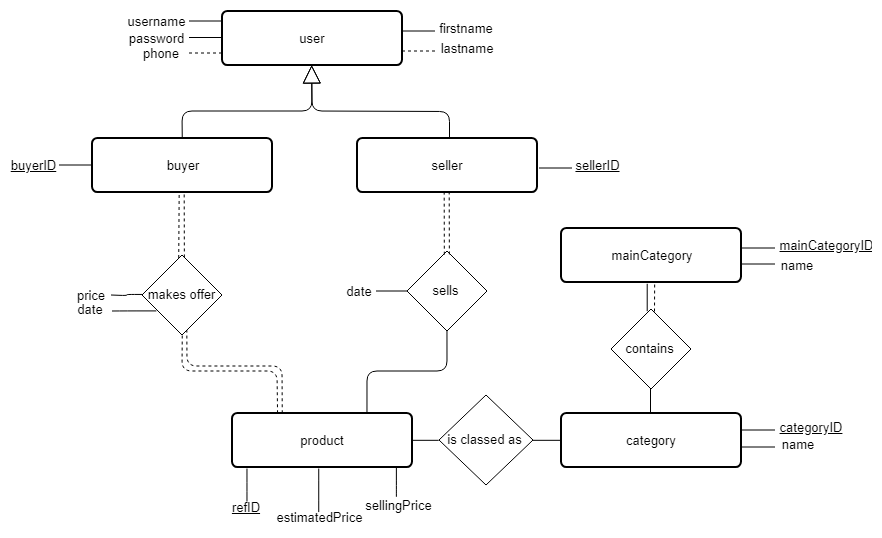
Before: modeleEA/modeleEA.png, a diagram exported from draw.io (JonathanCaspar/Database-Project). Source tidied: cells renumbered, new cells last; positions are measured from the earlier drawing's top-left corner, leaving out a move shared by most shapes. Source of this version:
```xml
<mxGraphModel>
  <root>
    <mxCell id="0" />
    <mxCell id="1" parent="0" />
    <mxCell id="2" value="buyer" style="strokeWidth=2;rounded=1;arcSize=10;whiteSpace=wrap;html=1;align=center;fontSize=13;" parent="1" vertex="1">
      <mxGeometry x="79.5" y="127.5" width="180" height="54" as="geometry" />
    </mxCell>
    <mxCell id="3" value="seller" style="strokeWidth=2;rounded=1;arcSize=10;whiteSpace=wrap;html=1;align=center;fontSize=13;" parent="1" vertex="1">
      <mxGeometry x="344.5" y="127.5" width="180" height="54" as="geometry" />
    </mxCell>
    <mxCell id="4" value="product&lt;br style=&quot;font-size: 13px;&quot;&gt;" style="strokeWidth=2;rounded=1;arcSize=10;whiteSpace=wrap;html=1;align=center;fontSize=13;" parent="1" vertex="1">
      <mxGeometry x="219.5" y="402.5" width="180" height="54" as="geometry" />
    </mxCell>
    <mxCell id="5" value="category&lt;br style=&quot;font-size: 13px;&quot;&gt;" style="strokeWidth=2;rounded=1;arcSize=10;whiteSpace=wrap;html=1;align=center;fontSize=13;" parent="1" vertex="1">
      <mxGeometry x="548.5" y="402.5" width="180" height="54" as="geometry" />
    </mxCell>
    <mxCell id="6" value="mainCategory&lt;br style=&quot;font-size: 13px;&quot;&gt;" style="strokeWidth=2;rounded=1;arcSize=10;whiteSpace=wrap;html=1;align=center;fontSize=13;" parent="1" vertex="1">
      <mxGeometry x="548.5" y="217.5" width="180" height="54" as="geometry" />
    </mxCell>
    <mxCell id="7" value="user" style="strokeWidth=2;rounded=1;arcSize=10;whiteSpace=wrap;html=1;align=center;fontSize=13;" parent="1" vertex="1">
      <mxGeometry x="209.5" y="0.5" width="180" height="54" as="geometry" />
    </mxCell>
    <mxCell id="8" value="Extends" style="endArrow=block;endSize=16;endFill=0;fontSize=13;fontColor=none;noLabel=1;entryX=0.5;entryY=1;entryDx=0;entryDy=0;exitX=0.5;exitY=0;exitDx=0;exitDy=0;" parent="1" edge="1" source="2" target="7">
      <mxGeometry relative="1" as="geometry">
        <Array as="points">
          <mxPoint x="169.5" y="100.5" />
          <mxPoint x="299.5" y="100.5" />
        </Array>
      </mxGeometry>
    </mxCell>
    <mxCell id="9" value="Extends" style="endArrow=block;endSize=16;endFill=0;fontSize=13;fontColor=none;noLabel=1;entryX=0.5;entryY=1;entryDx=0;entryDy=0;" parent="1" edge="1" target="7">
      <mxGeometry relative="1" as="geometry">
        <mxPoint x="437" y="128" as="sourcePoint" />
        <Array as="points">
          <mxPoint x="437" y="101" />
          <mxPoint x="299.5" y="100.5" />
        </Array>
      </mxGeometry>
    </mxCell>
    <mxCell id="10" style="endArrow=none;html=1;edgeStyle=orthogonalEdgeStyle;fontSize=13;fontColor=none;" parent="1" edge="1">
      <mxGeometry relative="1" as="geometry">
        <mxPoint x="176.5" y="10.5" as="sourcePoint" />
        <mxPoint x="209.5" y="10.5" as="targetPoint" />
      </mxGeometry>
    </mxCell>
    <mxCell id="11" style="endArrow=none;html=1;edgeStyle=orthogonalEdgeStyle;fontSize=13;fontColor=none;" parent="1" edge="1">
      <mxGeometry relative="1" as="geometry">
        <mxPoint x="176.5" y="27" as="sourcePoint" />
        <mxPoint x="209.5" y="27" as="targetPoint" />
      </mxGeometry>
    </mxCell>
    <mxCell id="12" style="endArrow=none;html=1;edgeStyle=orthogonalEdgeStyle;fontSize=13;fontColor=none;dashed=1;" parent="1" edge="1">
      <mxGeometry relative="1" as="geometry">
        <mxPoint x="176.5" y="42.5" as="sourcePoint" />
        <mxPoint x="209.5" y="42.5" as="targetPoint" />
      </mxGeometry>
    </mxCell>
    <mxCell id="13" style="endArrow=none;html=1;edgeStyle=orthogonalEdgeStyle;fontSize=13;fontColor=none;" parent="1" edge="1">
      <mxGeometry relative="1" as="geometry">
        <mxPoint x="389.5" y="20.5" as="sourcePoint" />
        <mxPoint x="422.5" y="20.5" as="targetPoint" />
      </mxGeometry>
    </mxCell>
    <mxCell id="14" style="endArrow=none;html=1;edgeStyle=orthogonalEdgeStyle;fontSize=13;fontColor=none;dashed=1;" parent="1" edge="1">
      <mxGeometry relative="1" as="geometry">
        <mxPoint x="389.5" y="40.5" as="sourcePoint" />
        <mxPoint x="422.5" y="40.5" as="targetPoint" />
      </mxGeometry>
    </mxCell>
    <mxCell id="15" value="username" style="text;html=1;strokeColor=none;fillColor=none;align=center;verticalAlign=middle;whiteSpace=wrap;rounded=0;fontSize=13;fontColor=none;" parent="1" vertex="1">
      <mxGeometry x="123.5" y="0.7" width="40" height="20" as="geometry" />
    </mxCell>
    <mxCell id="16" value="password" style="text;html=1;strokeColor=none;fillColor=none;align=center;verticalAlign=middle;whiteSpace=wrap;rounded=0;fontSize=13;fontColor=none;" parent="1" vertex="1">
      <mxGeometry x="123.5" y="17.7" width="40" height="20" as="geometry" />
    </mxCell>
    <mxCell id="17" value="phone" style="text;html=1;strokeColor=none;fillColor=none;align=center;verticalAlign=middle;whiteSpace=wrap;rounded=0;fontSize=13;fontColor=none;" parent="1" vertex="1">
      <mxGeometry x="127.5" y="32.7" width="40" height="20" as="geometry" />
    </mxCell>
    <mxCell id="18" value="firstname" style="text;html=1;strokeColor=none;fillColor=none;align=center;verticalAlign=middle;whiteSpace=wrap;rounded=0;fontSize=13;fontColor=none;" parent="1" vertex="1">
      <mxGeometry x="433.5" y="7.7" width="40" height="20" as="geometry" />
    </mxCell>
    <mxCell id="19" value="lastname" style="text;html=1;strokeColor=none;fillColor=none;align=center;verticalAlign=middle;whiteSpace=wrap;rounded=0;fontSize=13;fontColor=none;" parent="1" vertex="1">
      <mxGeometry x="433.5" y="27.7" width="40" height="20" as="geometry" />
    </mxCell>
    <mxCell id="20" style="endArrow=none;html=1;edgeStyle=orthogonalEdgeStyle;fontSize=13;fontColor=none;" parent="1" edge="1">
      <mxGeometry relative="1" as="geometry">
        <mxPoint x="46.5" y="154.5" as="sourcePoint" />
        <mxPoint x="79.5" y="154.5" as="targetPoint" />
      </mxGeometry>
    </mxCell>
    <mxCell id="21" value="&lt;u style=&quot;font-size: 13px;&quot;&gt;buyerID&lt;/u&gt;" style="text;html=1;strokeColor=none;fillColor=none;align=center;verticalAlign=middle;whiteSpace=wrap;rounded=0;fontSize=13;fontColor=none;" parent="1" vertex="1">
      <mxGeometry x="0.5" y="144.7" width="40" height="20" as="geometry" />
    </mxCell>
    <mxCell id="22" style="endArrow=none;html=1;edgeStyle=orthogonalEdgeStyle;fontSize=13;fontColor=none;" parent="1" edge="1">
      <mxGeometry relative="1" as="geometry">
        <mxPoint x="526.5" y="157.5" as="sourcePoint" />
        <mxPoint x="559.5" y="157.5" as="targetPoint" />
      </mxGeometry>
    </mxCell>
    <mxCell id="23" value="sellerID" style="text;html=1;strokeColor=none;fillColor=none;align=center;verticalAlign=middle;whiteSpace=wrap;rounded=0;fontSize=13;fontColor=none;fontStyle=4;" parent="1" vertex="1">
      <mxGeometry x="565.5" y="144.7" width="40" height="20" as="geometry" />
    </mxCell>
    <mxCell id="24" value="makes offer" style="rhombus;whiteSpace=wrap;html=1;fontSize=13;fontColor=none;" parent="1" vertex="1">
      <mxGeometry x="129.5" y="244.5" width="80" height="80" as="geometry" />
    </mxCell>
    <mxCell id="25" value="is classed as" style="rhombus;whiteSpace=wrap;html=1;fontSize=13;fontColor=none;" parent="1" vertex="1">
      <mxGeometry x="426.5" y="384.5" width="94" height="90" as="geometry" />
    </mxCell>
    <mxCell id="26" value="sells" style="rhombus;whiteSpace=wrap;html=1;fontSize=13;fontColor=none;" parent="1" vertex="1">
      <mxGeometry x="394.5" y="240.5" width="80" height="80" as="geometry" />
    </mxCell>
    <mxCell id="27" value="contains" style="rhombus;whiteSpace=wrap;html=1;fontSize=13;fontColor=none;" parent="1" vertex="1">
      <mxGeometry x="598.5" y="298.5" width="80" height="80" as="geometry" />
    </mxCell>
    <mxCell id="28" style="endArrow=none;html=1;fontSize=13;fontColor=none;exitX=0.465;exitY=0.033;exitDx=0;exitDy=0;exitPerimeter=0;dashed=1;" parent="1" edge="1" source="24">
      <mxGeometry relative="1" as="geometry">
        <mxPoint x="166.7" y="181.5" as="targetPoint" />
      </mxGeometry>
    </mxCell>
    <mxCell id="29" style="endArrow=none;html=1;fontSize=13;fontColor=none;exitX=0.25;exitY=0;exitDx=0;exitDy=0;entryX=0.5;entryY=1;entryDx=0;entryDy=0;dashed=1;" parent="1" edge="1" source="4" target="24">
      <mxGeometry relative="1" as="geometry">
        <Array as="points">
          <mxPoint x="264.5" y="360.5" />
          <mxPoint x="169.5" y="360.5" />
        </Array>
      </mxGeometry>
    </mxCell>
    <mxCell id="30" style="endArrow=none;html=1;fontSize=13;fontColor=none;exitX=0.75;exitY=0;exitDx=0;exitDy=0;entryX=0.5;entryY=1;entryDx=0;entryDy=0;" parent="1" edge="1" source="4" target="26">
      <mxGeometry relative="1" as="geometry">
        <Array as="points">
          <mxPoint x="354.5" y="360.5" />
          <mxPoint x="434.5" y="360.5" />
        </Array>
      </mxGeometry>
    </mxCell>
    <mxCell id="31" style="endArrow=none;html=1;fontSize=13;fontColor=none;entryX=0.5;entryY=1;entryDx=0;entryDy=0;exitX=0.5;exitY=0;exitDx=0;exitDy=0;" parent="1" edge="1">
      <mxGeometry relative="1" as="geometry">
        <mxPoint x="634.7" y="300.7" as="sourcePoint" />
        <mxPoint x="634.7" y="273.3" as="targetPoint" />
      </mxGeometry>
    </mxCell>
    <mxCell id="32" style="endArrow=none;html=1;fontSize=13;fontColor=none;exitX=0.5;exitY=0;exitDx=0;exitDy=0;entryX=0.5;entryY=1;entryDx=0;entryDy=0;" parent="1" edge="1" source="5" target="27">
      <mxGeometry relative="1" as="geometry" />
    </mxCell>
    <mxCell id="33" style="endArrow=none;html=1;fontSize=13;fontColor=none;entryX=1;entryY=0.5;entryDx=0;entryDy=0;exitX=0;exitY=0.5;exitDx=0;exitDy=0;" parent="1" edge="1" source="25" target="4">
      <mxGeometry relative="1" as="geometry" />
    </mxCell>
    <mxCell id="34" style="endArrow=none;html=1;fontSize=13;fontColor=none;exitX=0;exitY=0.5;exitDx=0;exitDy=0;entryX=1;entryY=0.5;entryDx=0;entryDy=0;" parent="1" edge="1" source="5" target="25">
      <mxGeometry relative="1" as="geometry" />
    </mxCell>
    <mxCell id="35" style="endArrow=none;html=1;edgeStyle=orthogonalEdgeStyle;fontSize=13;fontColor=none;" parent="1" edge="1">
      <mxGeometry relative="1" as="geometry">
        <mxPoint x="729.5" y="237.5" as="sourcePoint" />
        <mxPoint x="762.5" y="237.5" as="targetPoint" />
      </mxGeometry>
    </mxCell>
    <mxCell id="36" value="mainCategoryID" style="text;html=1;strokeColor=none;fillColor=none;align=center;verticalAlign=middle;whiteSpace=wrap;rounded=0;fontSize=13;fontColor=none;fontStyle=4;" parent="1" vertex="1">
      <mxGeometry x="793.5" y="224.7" width="40" height="20" as="geometry" />
    </mxCell>
    <mxCell id="37" style="endArrow=none;html=1;edgeStyle=orthogonalEdgeStyle;fontSize=13;fontColor=none;" parent="1" edge="1">
      <mxGeometry relative="1" as="geometry">
        <mxPoint x="729.5" y="253.5" as="sourcePoint" />
        <mxPoint x="762.5" y="253.5" as="targetPoint" />
      </mxGeometry>
    </mxCell>
    <mxCell id="38" value="name" style="text;html=1;strokeColor=none;fillColor=none;align=center;verticalAlign=middle;whiteSpace=wrap;rounded=0;fontSize=13;fontColor=none;fontStyle=0;" parent="1" vertex="1">
      <mxGeometry x="764" y="244.7" width="40" height="20" as="geometry" />
    </mxCell>
    <mxCell id="39" style="endArrow=none;html=1;edgeStyle=orthogonalEdgeStyle;fontSize=13;fontColor=none;" parent="1" edge="1">
      <mxGeometry relative="1" as="geometry">
        <mxPoint x="729.5" y="419.5" as="sourcePoint" />
        <mxPoint x="762.5" y="419.5" as="targetPoint" />
      </mxGeometry>
    </mxCell>
    <mxCell id="40" value="categoryID" style="text;html=1;strokeColor=none;fillColor=none;align=center;verticalAlign=middle;whiteSpace=wrap;rounded=0;fontSize=13;fontColor=none;fontStyle=4;" parent="1" vertex="1">
      <mxGeometry x="778.5" y="406.7" width="40" height="20" as="geometry" />
    </mxCell>
    <mxCell id="41" style="endArrow=none;html=1;edgeStyle=orthogonalEdgeStyle;fontSize=13;fontColor=none;" parent="1" edge="1">
      <mxGeometry relative="1" as="geometry">
        <mxPoint x="729.5" y="436.5" as="sourcePoint" />
        <mxPoint x="762.5" y="436.5" as="targetPoint" />
      </mxGeometry>
    </mxCell>
    <mxCell id="42" value="name" style="text;html=1;strokeColor=none;fillColor=none;align=center;verticalAlign=middle;whiteSpace=wrap;rounded=0;fontSize=13;fontColor=none;fontStyle=0;" parent="1" vertex="1">
      <mxGeometry x="764.5" y="423.7" width="40" height="20" as="geometry" />
    </mxCell>
    <mxCell id="43" style="endArrow=none;html=1;edgeStyle=orthogonalEdgeStyle;fontSize=13;fontColor=none;exitX=0.25;exitY=1;exitDx=0;exitDy=0;" parent="1" edge="1">
      <mxGeometry relative="1" as="geometry">
        <mxPoint x="234.4" y="458.6" as="sourcePoint" />
        <mxPoint x="234.5" y="490.5" as="targetPoint" />
        <Array as="points">
          <mxPoint x="234.5" y="470.5" />
          <mxPoint x="234.5" y="470.5" />
        </Array>
      </mxGeometry>
    </mxCell>
    <mxCell id="44" value="&lt;u style=&quot;font-size: 13px;&quot;&gt;refID&lt;/u&gt;" style="text;html=1;strokeColor=none;fillColor=none;align=center;verticalAlign=middle;whiteSpace=wrap;rounded=0;fontSize=13;fontColor=none;" parent="1" vertex="1">
      <mxGeometry x="213" y="486.7" width="40" height="20" as="geometry" />
    </mxCell>
    <mxCell id="45" style="endArrow=none;html=1;edgeStyle=orthogonalEdgeStyle;fontSize=13;fontColor=none;" parent="1" edge="1">
      <mxGeometry relative="1" as="geometry">
        <mxPoint x="306.5" y="458.5" as="sourcePoint" />
        <mxPoint x="306.5" y="501.5" as="targetPoint" />
        <Array as="points">
          <mxPoint x="306.5" y="480.5" />
          <mxPoint x="306.5" y="480.5" />
        </Array>
      </mxGeometry>
    </mxCell>
    <mxCell id="46" value="&lt;span style=&quot;font-size: 13px;&quot;&gt;estimatedPrice&lt;/span&gt;" style="text;html=1;strokeColor=none;fillColor=none;align=center;verticalAlign=middle;whiteSpace=wrap;rounded=0;fontSize=13;fontColor=none;fontStyle=0;" parent="1" vertex="1">
      <mxGeometry x="286.5" y="496.7" width="40" height="20" as="geometry" />
    </mxCell>
    <mxCell id="47" style="endArrow=none;html=1;edgeStyle=orthogonalEdgeStyle;fontSize=13;fontColor=none;" parent="1" edge="1">
      <mxGeometry relative="1" as="geometry">
        <mxPoint x="384" y="457" as="sourcePoint" />
        <mxPoint x="384" y="486" as="targetPoint" />
        <Array as="points">
          <mxPoint x="384" y="480" />
          <mxPoint x="384" y="480" />
        </Array>
      </mxGeometry>
    </mxCell>
    <mxCell id="48" value="&lt;span style=&quot;font-size: 13px;&quot;&gt;sellingPrice&lt;/span&gt;" style="text;html=1;strokeColor=none;fillColor=none;align=center;verticalAlign=middle;whiteSpace=wrap;rounded=0;fontSize=13;fontColor=none;fontStyle=0;" parent="1" vertex="1">
      <mxGeometry x="366" y="484.7" width="40" height="20" as="geometry" />
    </mxCell>
    <mxCell id="49" style="endArrow=none;html=1;edgeStyle=orthogonalEdgeStyle;fontSize=13;fontColor=none;entryX=0;entryY=0.5;entryDx=0;entryDy=0;" parent="1" edge="1" target="24">
      <mxGeometry relative="1" as="geometry">
        <mxPoint x="98.5" y="284.5" as="sourcePoint" />
      </mxGeometry>
    </mxCell>
    <mxCell id="50" value="&lt;span style=&quot;font-size: 13px;&quot;&gt;price&lt;/span&gt;" style="text;html=1;strokeColor=none;fillColor=none;align=center;verticalAlign=middle;whiteSpace=wrap;rounded=0;fontSize=13;fontColor=none;fontStyle=0;" parent="1" vertex="1">
      <mxGeometry x="57.5" y="274.7" width="40" height="20" as="geometry" />
    </mxCell>
    <mxCell id="51" style="endArrow=none;html=1;edgeStyle=orthogonalEdgeStyle;fontSize=13;fontColor=none;entryX=0;entryY=0.5;entryDx=0;entryDy=0;" parent="1" edge="1">
      <mxGeometry relative="1" as="geometry">
        <mxPoint x="363.5" y="280.5" as="sourcePoint" />
        <mxPoint x="394.5" y="280.5" as="targetPoint" />
      </mxGeometry>
    </mxCell>
    <mxCell id="52" value="&lt;span style=&quot;font-size: 13px;&quot;&gt;date&lt;/span&gt;" style="text;html=1;strokeColor=none;fillColor=none;align=center;verticalAlign=middle;whiteSpace=wrap;rounded=0;fontSize=13;fontColor=none;fontStyle=0;" parent="1" vertex="1">
      <mxGeometry x="326.5" y="270.7" width="40" height="20" as="geometry" />
    </mxCell>
    <mxCell id="53" style="endArrow=none;html=1;edgeStyle=orthogonalEdgeStyle;fontSize=13;fontColor=none;entryX=0.179;entryY=0.699;entryDx=0;entryDy=0;entryPerimeter=0;" parent="1" edge="1" target="24">
      <mxGeometry relative="1" as="geometry">
        <mxPoint x="99.5" y="300.5" as="sourcePoint" />
      </mxGeometry>
    </mxCell>
    <mxCell id="54" value="&lt;span style=&quot;font-size: 13px;&quot;&gt;date&lt;/span&gt;" style="text;html=1;strokeColor=none;fillColor=none;align=center;verticalAlign=middle;whiteSpace=wrap;rounded=0;fontSize=13;fontColor=none;fontStyle=0;" parent="1" vertex="1">
      <mxGeometry x="57.5" y="288.7" width="40" height="20" as="geometry" />
    </mxCell>
    <mxCell id="55" style="endArrow=none;html=1;fontSize=13;fontColor=none;exitX=0.465;exitY=0.033;exitDx=0;exitDy=0;exitPerimeter=0;dashed=1;" parent="1" edge="1">
      <mxGeometry relative="1" as="geometry">
        <mxPoint x="171.9" y="247" as="sourcePoint" />
        <mxPoint x="171.7" y="181.5" as="targetPoint" />
      </mxGeometry>
    </mxCell>
    <mxCell id="56" style="endArrow=none;html=1;fontSize=13;fontColor=none;exitX=0.465;exitY=0.033;exitDx=0;exitDy=0;exitPerimeter=0;dashed=1;" parent="1" edge="1">
      <mxGeometry relative="1" as="geometry">
        <mxPoint x="431.8" y="244.2" as="sourcePoint" />
        <mxPoint x="431.7" y="178.5" as="targetPoint" />
      </mxGeometry>
    </mxCell>
    <mxCell id="57" style="endArrow=none;html=1;fontSize=13;fontColor=none;exitX=0.465;exitY=0.033;exitDx=0;exitDy=0;exitPerimeter=0;dashed=1;" parent="1" edge="1">
      <mxGeometry relative="1" as="geometry">
        <mxPoint x="436.9" y="244" as="sourcePoint" />
        <mxPoint x="436.7" y="178.5" as="targetPoint" />
      </mxGeometry>
    </mxCell>
    <mxCell id="58" style="endArrow=none;html=1;fontSize=13;fontColor=none;entryX=0.5;entryY=1;entryDx=0;entryDy=0;dashed=1;exitX=0.278;exitY=0.003;exitDx=0;exitDy=0;exitPerimeter=0;" parent="1" edge="1" source="4">
      <mxGeometry relative="1" as="geometry">
        <mxPoint x="174.3" y="319.7" as="targetPoint" />
        <Array as="points">
          <mxPoint x="269.5" y="355.5" />
          <mxPoint x="174.5" y="355.5" />
        </Array>
      </mxGeometry>
    </mxCell>
    <mxCell id="59" style="endArrow=none;html=1;fontSize=13;fontColor=none;dashed=1;" parent="1" edge="1">
      <mxGeometry relative="1" as="geometry">
        <mxPoint x="642" y="301" as="sourcePoint" />
        <mxPoint x="642.2" y="271.5" as="targetPoint" />
      </mxGeometry>
    </mxCell>
  </root>
</mxGraphModel>
```
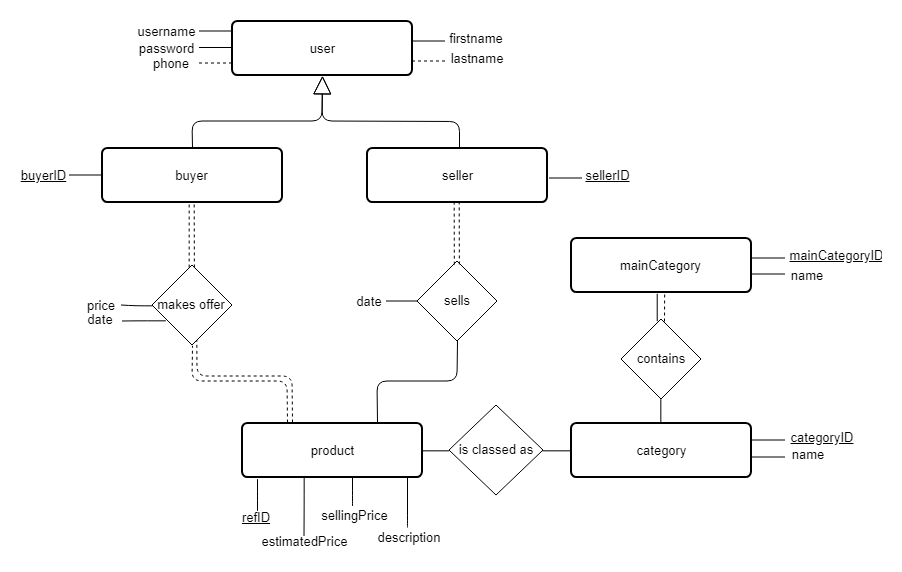
Later version of the same file.

Diff of the diagram source:
```diff
@@ -197,31 +197,26 @@
     <mxCell id="44" value="&lt;u style=&quot;font-size: 13px;&quot;&gt;refID&lt;/u&gt;" style="text;html=1;strokeColor=none;fillColor=none;align=center;verticalAlign=middle;whiteSpace=wrap;rounded=0;fontSize=13;fontColor=none;" parent="1" vertex="1">
       <mxGeometry x="213" y="486.7" width="40" height="20" as="geometry" />
     </mxCell>
-    <mxCell id="45" style="endArrow=none;html=1;edgeStyle=orthogonalEdgeStyle;fontSize=13;fontColor=none;" parent="1" edge="1">
+    <mxCell id="45" style="endArrow=none;html=1;edgeStyle=orthogonalEdgeStyle;fontSize=13;fontColor=none;exitX=0.348;exitY=1.006;exitDx=0;exitDy=0;exitPerimeter=0;" parent="1" edge="1" source="4">
       <mxGeometry relative="1" as="geometry">
-        <mxPoint x="306.5" y="458.5" as="sourcePoint" />
-        <mxPoint x="306.5" y="501.5" as="targetPoint" />
-        <Array as="points">
-          <mxPoint x="306.5" y="480.5" />
-          <mxPoint x="306.5" y="480.5" />
-        </Array>
+        <mxPoint x="281.5" y="515.5" as="targetPoint" />
       </mxGeometry>
     </mxCell>
     <mxCell id="46" value="&lt;span style=&quot;font-size: 13px;&quot;&gt;estimatedPrice&lt;/span&gt;" style="text;html=1;strokeColor=none;fillColor=none;align=center;verticalAlign=middle;whiteSpace=wrap;rounded=0;fontSize=13;fontColor=none;fontStyle=0;" parent="1" vertex="1">
-      <mxGeometry x="286.5" y="496.7" width="40" height="20" as="geometry" />
+      <mxGeometry x="261.5" y="510.7" width="40" height="20" as="geometry" />
     </mxCell>
     <mxCell id="47" style="endArrow=none;html=1;edgeStyle=orthogonalEdgeStyle;fontSize=13;fontColor=none;" parent="1" edge="1">
       <mxGeometry relative="1" as="geometry">
-        <mxPoint x="384" y="457" as="sourcePoint" />
-        <mxPoint x="384" y="486" as="targetPoint" />
+        <mxPoint x="330" y="457" as="sourcePoint" />
+        <mxPoint x="330" y="486" as="targetPoint" />
         <Array as="points">
-          <mxPoint x="384" y="480" />
-          <mxPoint x="384" y="480" />
+          <mxPoint x="330" y="480" />
+          <mxPoint x="330" y="480" />
         </Array>
       </mxGeometry>
     </mxCell>
     <mxCell id="48" value="&lt;span style=&quot;font-size: 13px;&quot;&gt;sellingPrice&lt;/span&gt;" style="text;html=1;strokeColor=none;fillColor=none;align=center;verticalAlign=middle;whiteSpace=wrap;rounded=0;fontSize=13;fontColor=none;fontStyle=0;" parent="1" vertex="1">
-      <mxGeometry x="366" y="484.7" width="40" height="20" as="geometry" />
+      <mxGeometry x="312" y="484.7" width="40" height="20" as="geometry" />
     </mxCell>
     <mxCell id="49" style="endArrow=none;html=1;edgeStyle=orthogonalEdgeStyle;fontSize=13;fontColor=none;entryX=0;entryY=0.5;entryDx=0;entryDy=0;" parent="1" edge="1" target="24">
       <mxGeometry relative="1" as="geometry">
@@ -281,5 +276,16 @@
         <mxPoint x="642.2" y="271.5" as="targetPoint" />
       </mxGeometry>
     </mxCell>
+    <mxCell id="60" style="endArrow=none;html=1;edgeStyle=orthogonalEdgeStyle;fontSize=13;fontColor=none;entryX=0.5;entryY=0;entryDx=0;entryDy=0;" parent="1" edge="1" target="61">
+      <mxGeometry relative="1" as="geometry">
+        <mxPoint x="384.6" y="456.8" as="sourcePoint" />
+        <Array as="points">
+          <mxPoint x="385" y="506" />
+        </Array>
+      </mxGeometry>
+    </mxCell>
+    <mxCell id="61" value="&lt;span style=&quot;font-size: 13px&quot;&gt;description&lt;/span&gt;" style="text;html=1;strokeColor=none;fillColor=none;align=center;verticalAlign=middle;whiteSpace=wrap;rounded=0;fontSize=13;fontColor=none;fontStyle=0;" parent="1" vertex="1">
+      <mxGeometry x="365.5" y="506.7" width="40" height="20" as="geometry" />
+    </mxCell>
   </root>
 </mxGraphModel>
```
